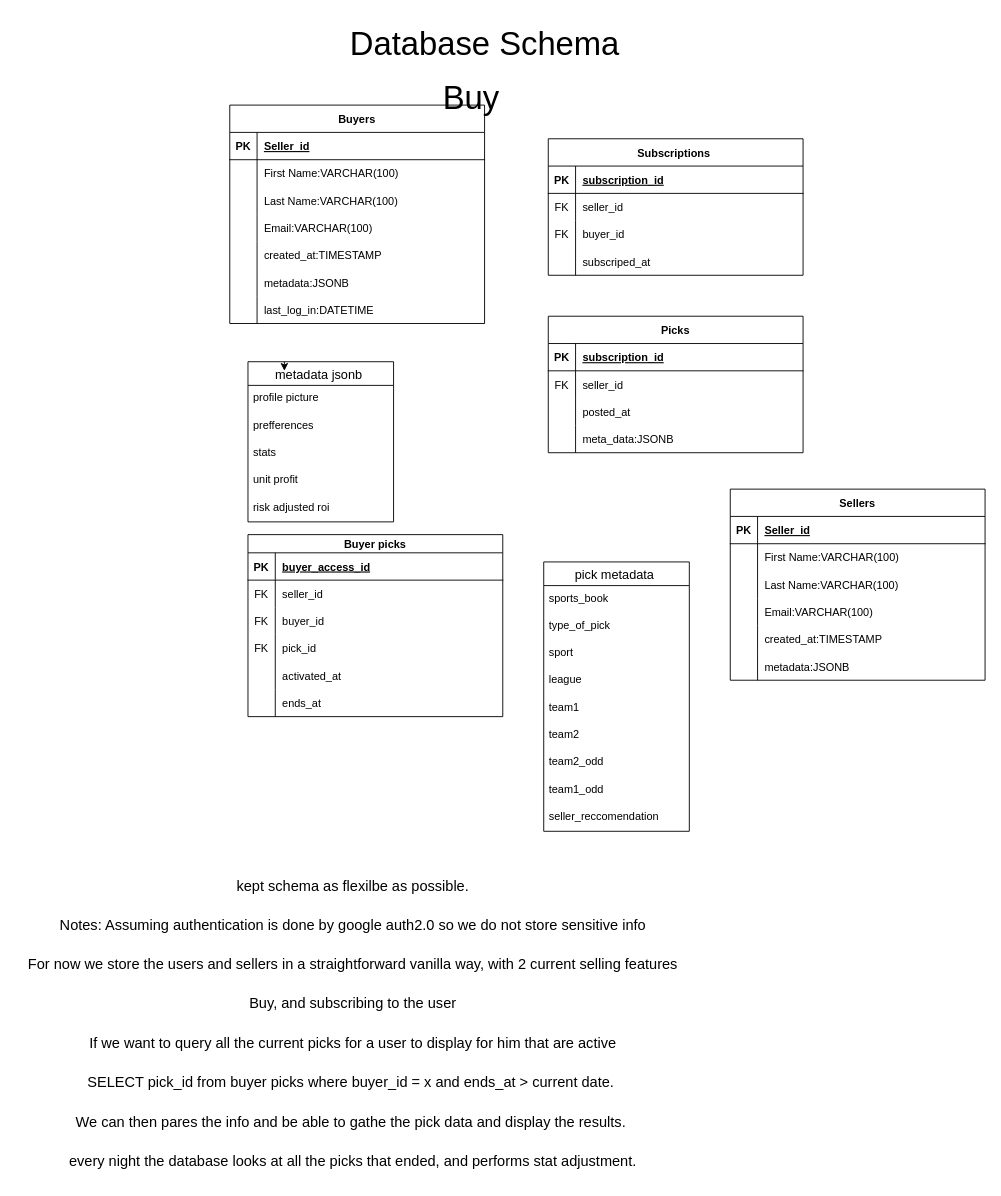
Above: docs/data_base_schema.drawio in PixRUs/WebApp (draw.io), before the change. Source tidied: cells renumbered, new cells numbered last; positions are measured from the earlier drawing's top-left corner, leaving out a move shared by most shapes. Both pictures are drawn from the tidied source at 91%, with x=0, y=0 at pixel (15, 15).
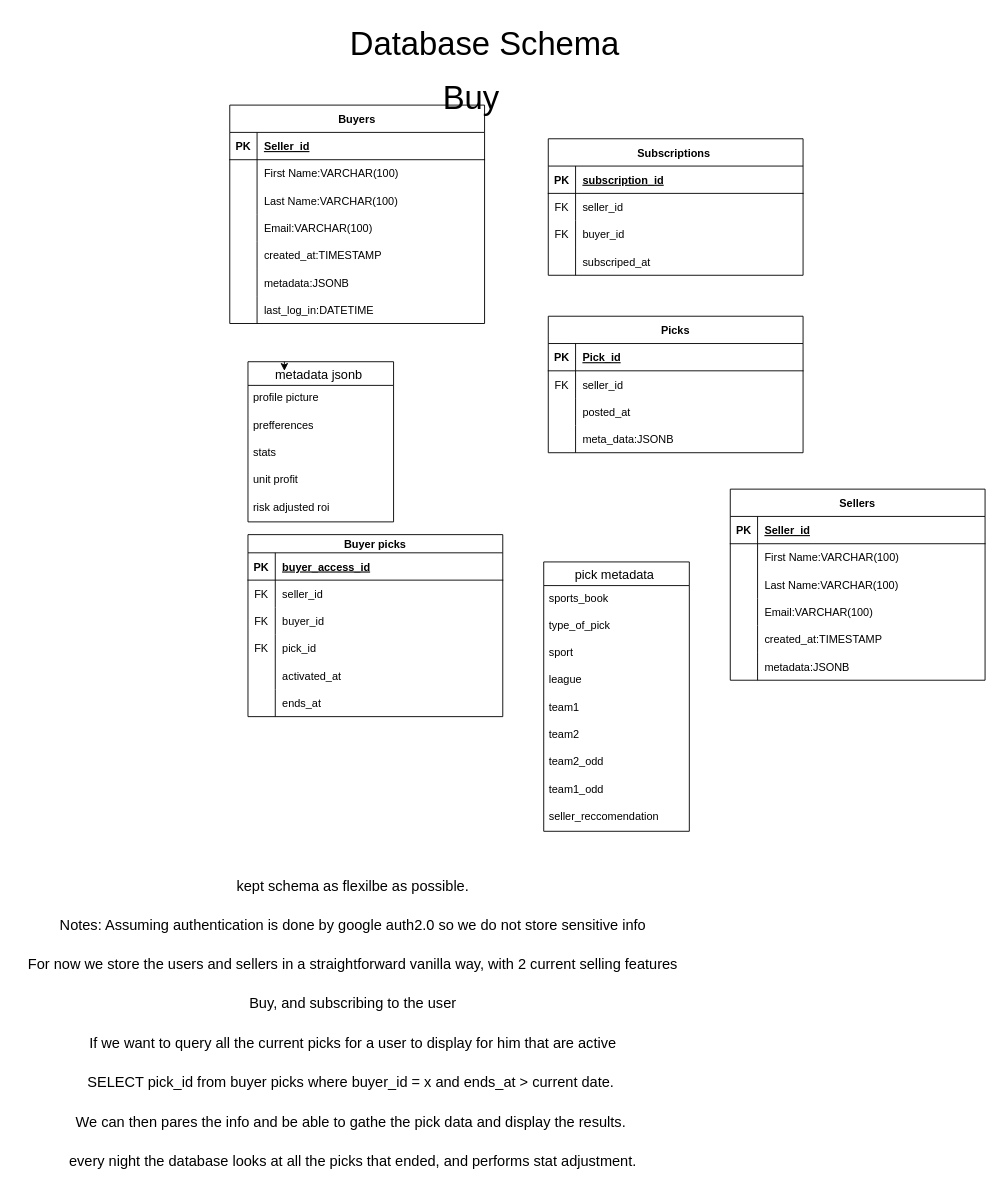
After the change.

The change refers to these unchanged cells:
```xml
<mxCell id="65" style="shape=tableRow;horizontal=0;startSize=0;swimlaneHead=0;swimlaneBody=0;fillColor=none;top=0;left=0;right=0;bottom=1;" parent="64" vertex="1">
  <mxGeometry y="30" width="280" height="30" as="geometry" />
</mxCell>
```

What changed in the source:
```diff
@@
-    <mxCell id="67" value="subscription_id" style="shape=partialRectangle;fillColor=none;top=0;left=0;bottom=0;right=0;align=left;spacingLeft=6;fontStyle=5;overflow=hidden;" parent="65" vertex="1">
+    <mxCell id="67" value="Pick_id" style="shape=partialRectangle;fillColor=none;top=0;left=0;bottom=0;right=0;align=left;spacingLeft=6;fontStyle=5;overflow=hidden;" parent="65" vertex="1">
       <mxGeometry x="30" width="250" height="30" as="geometry" />
     </mxCell>
```
